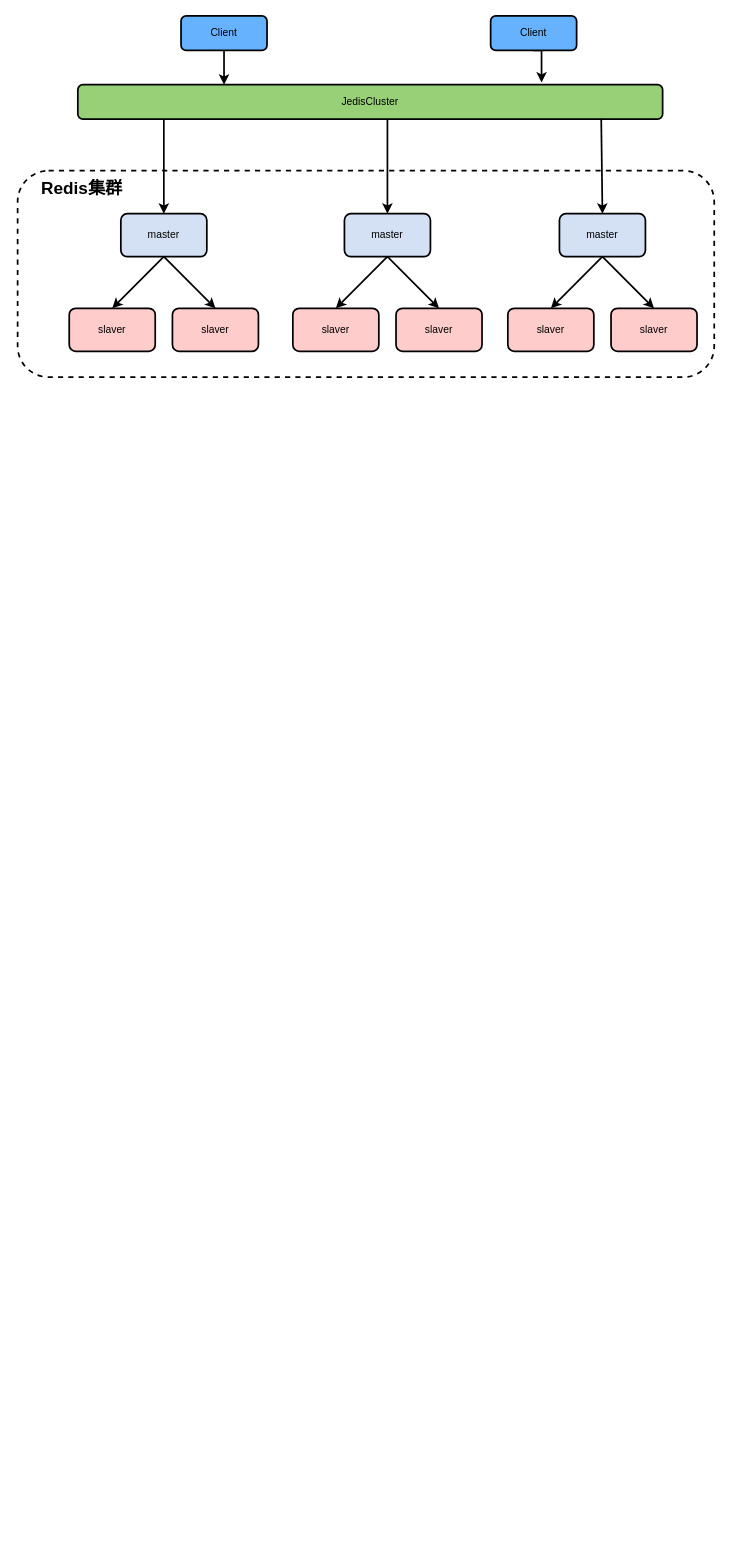
Before: page "高可用架构" (6 of 7) of redis/Redis.drawio in LiHuiBin1995/study-java, a draw.io diagram. Source tidied: cells renumbered, new cells numbered last; positions are measured from the earlier drawing's top-left corner, leaving out a move shared by most shapes. Both pictures are drawn from the tidied source at 86%, with x=0, y=0 at pixel (17, 15).
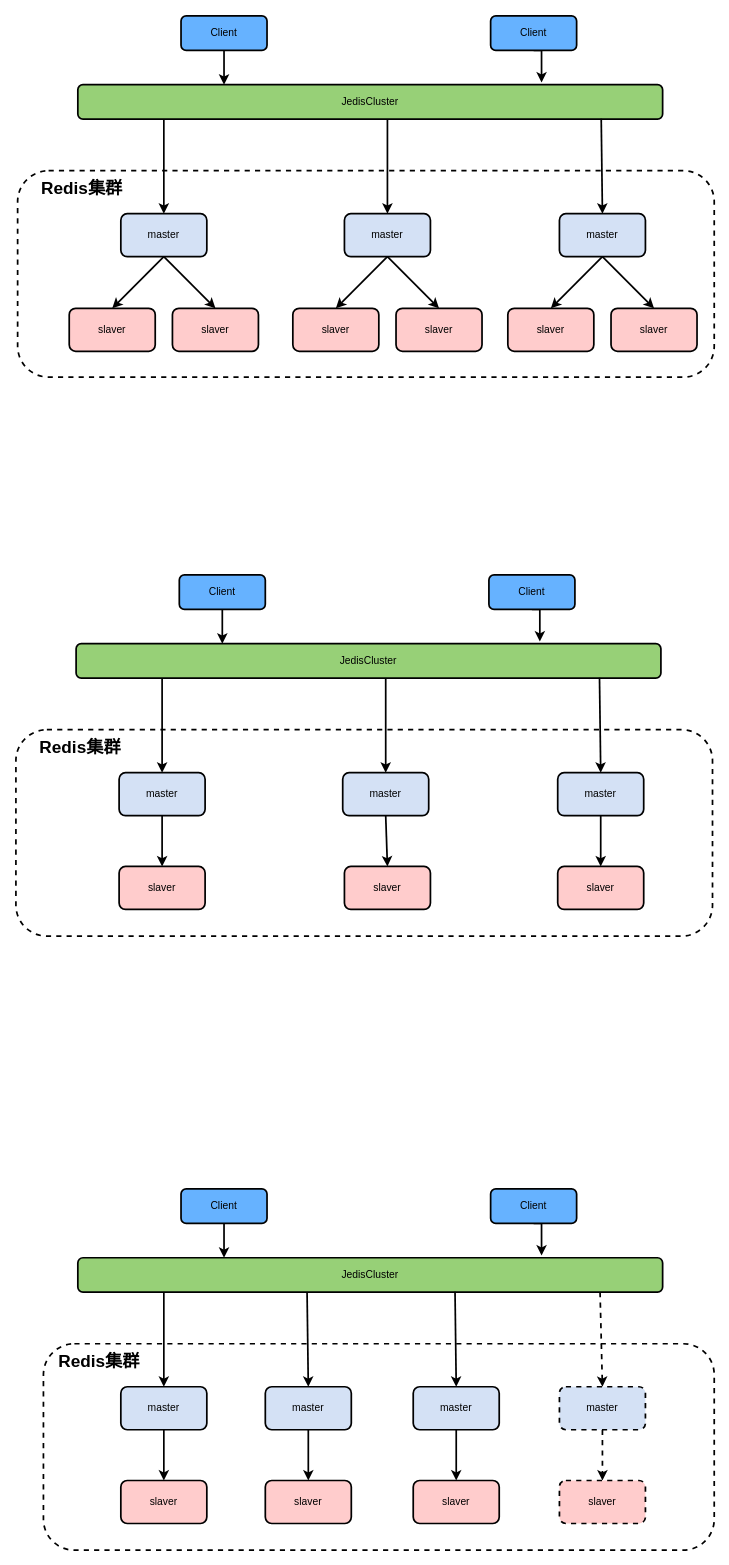
The same diagram, later.

What changed in the source:
```diff
@@
+    <mxCell id="27" style="edgeStyle=orthogonalEdgeStyle;rounded=0;jettySize=auto;html=1;exitX=0.5;exitY=1;exitDx=0;exitDy=0;entryX=0.25;entryY=0;entryDx=0;entryDy=0;startArrow=none;startFill=0;strokeWidth=2;" parent="1" edge="1" source="28" target="31">
+      <mxGeometry relative="1" as="geometry" />
+    </mxCell>
+    <mxCell id="28" value="Client" style="rounded=1;whiteSpace=wrap;html=1;strokeWidth=2;fillColor=#66B2FF;" parent="1" vertex="1">
+      <mxGeometry x="188" y="650" width="100" height="40" as="geometry" />
+    </mxCell>
+    <mxCell id="29" style="edgeStyle=orthogonalEdgeStyle;rounded=0;jettySize=auto;html=1;exitX=0.5;exitY=1;exitDx=0;exitDy=0;entryX=0.793;entryY=-0.064;entryDx=0;entryDy=0;entryPerimeter=0;startArrow=none;startFill=0;strokeWidth=2;" parent="1" edge="1" source="30" target="31">
+      <mxGeometry relative="1" as="geometry" />
+    </mxCell>
+    <mxCell id="30" value="Client" style="rounded=1;whiteSpace=wrap;html=1;strokeWidth=2;fillColor=#66B2FF;" parent="1" vertex="1">
+      <mxGeometry x="548" y="650" width="100" height="40" as="geometry" />
+    </mxCell>
+    <mxCell id="31" value="JedisCluster" style="rounded=1;whiteSpace=wrap;html=1;strokeWidth=2;fillColor=#97D077;" parent="1" vertex="1">
+      <mxGeometry x="68" y="730" width="680" height="40" as="geometry" />
+    </mxCell>
+    <mxCell id="32" style="rounded=1;whiteSpace=wrap;html=1;strokeWidth=2;fillColor=#FFFFFF;dashed=1;" parent="1" vertex="1">
+      <mxGeometry x="-2" y="830" width="810" height="240" as="geometry" />
+    </mxCell>
+    <mxCell id="33" style="rounded=0;jettySize=auto;html=1;exitX=0.5;exitY=1;exitDx=0;exitDy=0;startArrow=none;startFill=0;strokeWidth=2;entryX=0.5;entryY=0;entryDx=0;entryDy=0;" parent="1" edge="1" source="34" target="35">
+      <mxGeometry relative="1" as="geometry" />
+    </mxCell>
+    <mxCell id="34" value="master" style="rounded=1;whiteSpace=wrap;html=1;strokeWidth=2;fillColor=#D4E1F5;" parent="1" vertex="1">
+      <mxGeometry x="118" y="880" width="100" height="50" as="geometry" />
+    </mxCell>
+    <mxCell id="35" value="slaver" style="rounded=1;whiteSpace=wrap;html=1;strokeWidth=2;fillColor=#FFCCCC;" parent="1" vertex="1">
+      <mxGeometry x="118" y="989" width="100" height="50" as="geometry" />
+    </mxCell>
+    <mxCell id="36" style="edgeStyle=none;rounded=0;jettySize=auto;html=1;exitX=0.5;exitY=1;exitDx=0;exitDy=0;entryX=0.5;entryY=0;entryDx=0;entryDy=0;startArrow=none;startFill=0;strokeWidth=2;" parent="1" edge="1" source="37" target="38">
+      <mxGeometry relative="1" as="geometry" />
+    </mxCell>
+    <mxCell id="37" value="master" style="rounded=1;whiteSpace=wrap;html=1;strokeWidth=2;fillColor=#D4E1F5;" parent="1" vertex="1">
+      <mxGeometry x="378" y="880" width="100" height="50" as="geometry" />
+    </mxCell>
+    <mxCell id="38" value="slaver" style="rounded=1;whiteSpace=wrap;html=1;strokeWidth=2;fillColor=#FFCCCC;" parent="1" vertex="1">
+      <mxGeometry x="380" y="989" width="100" height="50" as="geometry" />
+    </mxCell>
+    <mxCell id="39" style="edgeStyle=none;rounded=0;jettySize=auto;html=1;exitX=0.5;exitY=1;exitDx=0;exitDy=0;entryX=0.5;entryY=0;entryDx=0;entryDy=0;startArrow=none;startFill=0;strokeWidth=2;" parent="1" edge="1" source="40" target="41">
+      <mxGeometry relative="1" as="geometry" />
+    </mxCell>
+    <mxCell id="40" value="master" style="rounded=1;whiteSpace=wrap;html=1;strokeWidth=2;fillColor=#D4E1F5;" parent="1" vertex="1">
+      <mxGeometry x="628" y="880" width="100" height="50" as="geometry" />
+    </mxCell>
+    <mxCell id="41" value="slaver" style="rounded=1;whiteSpace=wrap;html=1;strokeWidth=2;fillColor=#FFCCCC;" parent="1" vertex="1">
+      <mxGeometry x="628" y="989" width="100" height="50" as="geometry" />
+    </mxCell>
+    <mxCell id="42" value="&lt;b&gt;&lt;font style=&quot;font-size: 20px&quot;&gt;Redis集群&lt;/font&gt;&lt;/b&gt;" style="text;html=1;strokeColor=none;fillColor=none;align=center;verticalAlign=middle;whiteSpace=wrap;rounded=0;" parent="1" vertex="1">
+      <mxGeometry x="8" y="840" width="130" height="20" as="geometry" />
+    </mxCell>
+    <mxCell id="43" style="endArrow=classic;html=1;strokeWidth=2;entryX=0.5;entryY=0;entryDx=0;entryDy=0;" parent="1" edge="1" target="34">
+      <mxGeometry relative="1" as="geometry">
+        <mxPoint x="168" y="771" as="sourcePoint" />
+      </mxGeometry>
+    </mxCell>
+    <mxCell id="44" style="endArrow=classic;html=1;strokeWidth=2;entryX=0.5;entryY=0;entryDx=0;entryDy=0;" parent="1" edge="1" target="37">
+      <mxGeometry relative="1" as="geometry">
+        <mxPoint x="428" y="771" as="sourcePoint" />
+      </mxGeometry>
+    </mxCell>
+    <mxCell id="45" style="endArrow=classic;html=1;strokeWidth=2;entryX=0.5;entryY=0;entryDx=0;entryDy=0;exitX=0.895;exitY=0.987;exitDx=0;exitDy=0;exitPerimeter=0;" parent="1" edge="1" source="31" target="40">
+      <mxGeometry relative="1" as="geometry" />
+    </mxCell>
+    <mxCell id="46" style="edgeStyle=orthogonalEdgeStyle;rounded=0;jettySize=auto;html=1;exitX=0.5;exitY=1;exitDx=0;exitDy=0;entryX=0.25;entryY=0;entryDx=0;entryDy=0;startArrow=none;startFill=0;strokeWidth=2;" parent="1" edge="1" source="47" target="50">
+      <mxGeometry relative="1" as="geometry" />
+    </mxCell>
+    <mxCell id="47" value="Client" style="rounded=1;whiteSpace=wrap;html=1;strokeWidth=2;fillColor=#66B2FF;" parent="1" vertex="1">
+      <mxGeometry x="190" y="1364" width="100" height="40" as="geometry" />
+    </mxCell>
+    <mxCell id="48" style="edgeStyle=orthogonalEdgeStyle;rounded=0;jettySize=auto;html=1;exitX=0.5;exitY=1;exitDx=0;exitDy=0;entryX=0.793;entryY=-0.064;entryDx=0;entryDy=0;entryPerimeter=0;startArrow=none;startFill=0;strokeWidth=2;" parent="1" edge="1" source="49" target="50">
+      <mxGeometry relative="1" as="geometry" />
+    </mxCell>
+    <mxCell id="49" value="Client" style="rounded=1;whiteSpace=wrap;html=1;strokeWidth=2;fillColor=#66B2FF;" parent="1" vertex="1">
+      <mxGeometry x="550" y="1364" width="100" height="40" as="geometry" />
+    </mxCell>
+    <mxCell id="50" value="JedisCluster" style="rounded=1;whiteSpace=wrap;html=1;strokeWidth=2;fillColor=#97D077;" parent="1" vertex="1">
+      <mxGeometry x="70" y="1444" width="680" height="40" as="geometry" />
+    </mxCell>
+    <mxCell id="51" style="rounded=1;whiteSpace=wrap;html=1;strokeWidth=2;fillColor=#FFFFFF;dashed=1;" parent="1" vertex="1">
+      <mxGeometry x="30" y="1544" width="780" height="240" as="geometry" />
+    </mxCell>
+    <mxCell id="52" style="rounded=0;jettySize=auto;html=1;exitX=0.5;exitY=1;exitDx=0;exitDy=0;startArrow=none;startFill=0;strokeWidth=2;entryX=0.5;entryY=0;entryDx=0;entryDy=0;" parent="1" edge="1" source="53" target="54">
+      <mxGeometry relative="1" as="geometry" />
+    </mxCell>
+    <mxCell id="53" value="master" style="rounded=1;whiteSpace=wrap;html=1;strokeWidth=2;fillColor=#D4E1F5;" parent="1" vertex="1">
+      <mxGeometry x="120" y="1594" width="100" height="50" as="geometry" />
+    </mxCell>
+    <mxCell id="54" value="slaver" style="rounded=1;whiteSpace=wrap;html=1;strokeWidth=2;fillColor=#FFCCCC;" parent="1" vertex="1">
+      <mxGeometry x="120" y="1703" width="100" height="50" as="geometry" />
+    </mxCell>
+    <mxCell id="55" style="edgeStyle=none;rounded=0;jettySize=auto;html=1;exitX=0.5;exitY=1;exitDx=0;exitDy=0;entryX=0.5;entryY=0;entryDx=0;entryDy=0;startArrow=none;startFill=0;strokeWidth=2;" parent="1" edge="1" source="56" target="57">
+      <mxGeometry relative="1" as="geometry" />
+    </mxCell>
+    <mxCell id="56" value="master" style="rounded=1;whiteSpace=wrap;html=1;strokeWidth=2;fillColor=#D4E1F5;" parent="1" vertex="1">
+      <mxGeometry x="288" y="1594" width="100" height="50" as="geometry" />
+    </mxCell>
+    <mxCell id="57" value="slaver" style="rounded=1;whiteSpace=wrap;html=1;strokeWidth=2;fillColor=#FFCCCC;" parent="1" vertex="1">
+      <mxGeometry x="288" y="1703" width="100" height="50" as="geometry" />
+    </mxCell>
+    <mxCell id="58" style="edgeStyle=none;rounded=0;jettySize=auto;html=1;exitX=0.5;exitY=1;exitDx=0;exitDy=0;entryX=0.5;entryY=0;entryDx=0;entryDy=0;startArrow=none;startFill=0;strokeWidth=2;" parent="1" edge="1" source="59" target="60">
+      <mxGeometry relative="1" as="geometry" />
+    </mxCell>
+    <mxCell id="59" value="master" style="rounded=1;whiteSpace=wrap;html=1;strokeWidth=2;fillColor=#D4E1F5;" parent="1" vertex="1">
+      <mxGeometry x="460" y="1594" width="100" height="50" as="geometry" />
+    </mxCell>
+    <mxCell id="60" value="slaver" style="rounded=1;whiteSpace=wrap;html=1;strokeWidth=2;fillColor=#FFCCCC;" parent="1" vertex="1">
+      <mxGeometry x="460" y="1703" width="100" height="50" as="geometry" />
+    </mxCell>
+    <mxCell id="61" value="&lt;b&gt;&lt;font style=&quot;font-size: 20px&quot;&gt;Redis集群&lt;/font&gt;&lt;/b&gt;" style="text;html=1;strokeColor=none;fillColor=none;align=center;verticalAlign=middle;whiteSpace=wrap;rounded=0;" parent="1" vertex="1">
+      <mxGeometry x="30" y="1554" width="130" height="20" as="geometry" />
+    </mxCell>
+    <mxCell id="62" style="endArrow=classic;html=1;strokeWidth=2;entryX=0.5;entryY=0;entryDx=0;entryDy=0;" parent="1" edge="1" target="53">
+      <mxGeometry relative="1" as="geometry">
+        <mxPoint x="170" y="1485" as="sourcePoint" />
+      </mxGeometry>
+    </mxCell>
+    <mxCell id="63" style="endArrow=classic;html=1;strokeWidth=2;entryX=0.5;entryY=0;entryDx=0;entryDy=0;exitX=0.392;exitY=1.008;exitDx=0;exitDy=0;exitPerimeter=0;" parent="1" edge="1" source="50" target="56">
+      <mxGeometry relative="1" as="geometry" />
+    </mxCell>
+    <mxCell id="64" style="endArrow=classic;html=1;strokeWidth=2;entryX=0.5;entryY=0;entryDx=0;entryDy=0;exitX=0.645;exitY=0.991;exitDx=0;exitDy=0;exitPerimeter=0;" parent="1" edge="1" source="50" target="59">
+      <mxGeometry relative="1" as="geometry" />
+    </mxCell>
+    <mxCell id="65" style="edgeStyle=none;rounded=0;jettySize=auto;html=1;exitX=0.5;exitY=1;exitDx=0;exitDy=0;entryX=0.5;entryY=0;entryDx=0;entryDy=0;startArrow=none;startFill=0;strokeWidth=2;dashed=1;" parent="1" edge="1" source="66" target="67">
+      <mxGeometry relative="1" as="geometry" />
+    </mxCell>
+    <mxCell id="66" value="master" style="rounded=1;whiteSpace=wrap;html=1;strokeWidth=2;fillColor=#D4E1F5;dashed=1;" parent="1" vertex="1">
+      <mxGeometry x="630" y="1594" width="100" height="50" as="geometry" />
+    </mxCell>
+    <mxCell id="67" value="slaver" style="rounded=1;whiteSpace=wrap;html=1;strokeWidth=2;fillColor=#FFCCCC;dashed=1;" parent="1" vertex="1">
+      <mxGeometry x="630" y="1703" width="100" height="50" as="geometry" />
+    </mxCell>
+    <mxCell id="68" style="endArrow=classic;html=1;strokeWidth=2;entryX=0.5;entryY=0;entryDx=0;entryDy=0;exitX=0.893;exitY=1.001;exitDx=0;exitDy=0;exitPerimeter=0;dashed=1;" parent="1" edge="1" source="50" target="66">
+      <mxGeometry relative="1" as="geometry" />
+    </mxCell>
```
